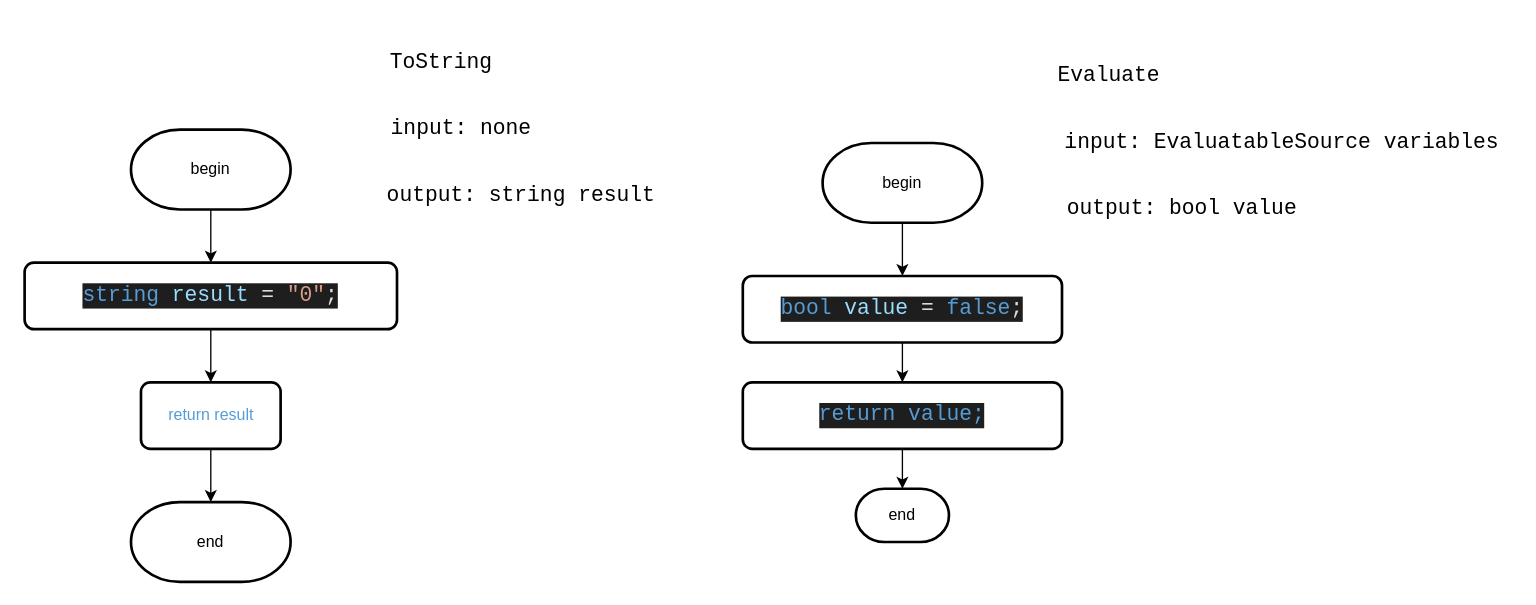
The draw.io diagram Diagrams/false.drawio in slavikovics/FictionalVariables, before the edit. Source tidied: cells renumbered, new cells numbered last; positions are measured from the earlier drawing's top-left corner, leaving out a move shared by most shapes. Both pictures are drawn from the tidied source at 133%, with x=0, y=0 at pixel (24, 23).
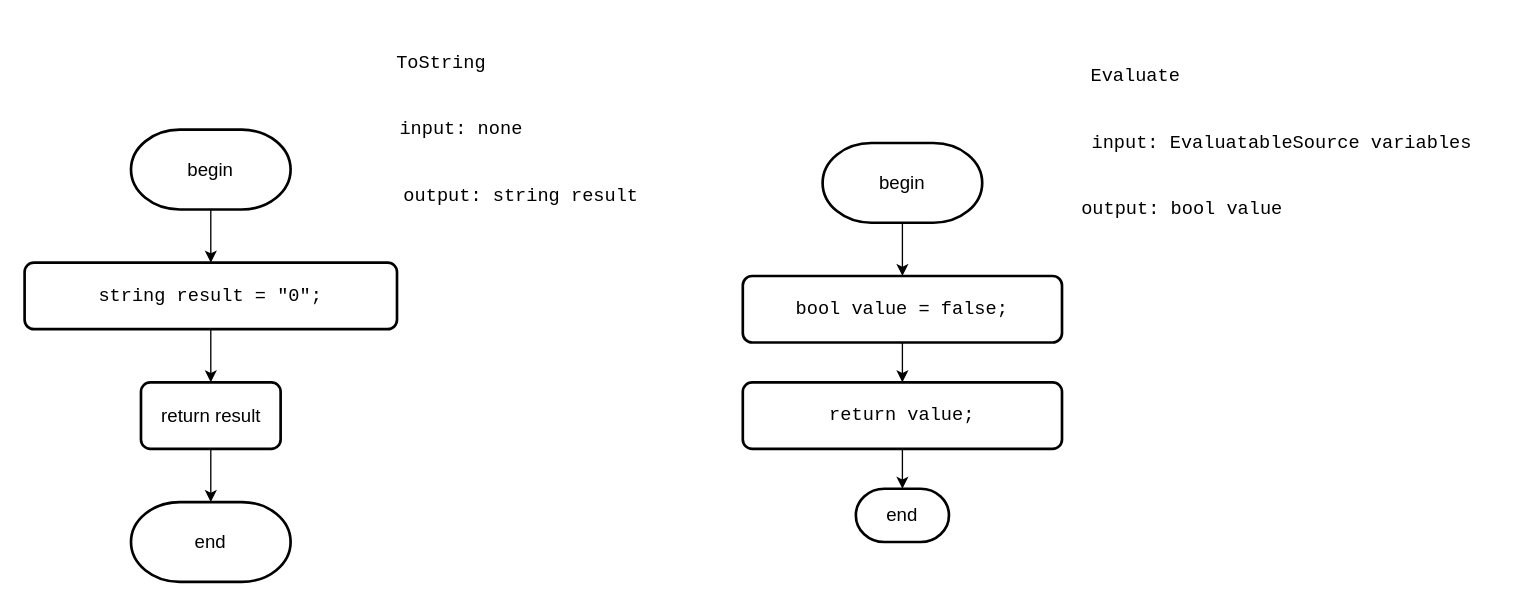
The same diagram, later.

What changed in the source:
```diff
@@
-    <mxCell id="2" value="&lt;pre style=&quot;font-family: &amp;quot;JetBrains Mono&amp;quot;, monospace; font-size: 12pt;&quot;&gt;Evaluate&lt;/pre&gt;" style="text;html=1;align=center;verticalAlign=middle;strokeColor=none;fillColor=none;" parent="1" vertex="1">
-      <mxGeometry x="770" y="10" width="90" height="60" as="geometry" />
+    <mxCell id="2" value="&lt;pre style=&quot;font-family: &amp;quot;JetBrains Mono&amp;quot;, monospace;&quot;&gt;Evaluate&lt;/pre&gt;" style="text;html=1;align=center;verticalAlign=middle;strokeColor=none;fillColor=none;fontSize=14;labelBackgroundColor=none;fontColor=#000000;" parent="1" vertex="1">
+      <mxGeometry x="790" y="10" width="90" height="60" as="geometry" />
     </mxCell>
-    <mxCell id="3" style="edgeStyle=orthogonalEdgeStyle;rounded=0;jettySize=auto;html=1;exitX=0.5;exitY=1;exitDx=0;exitDy=0;exitPerimeter=0;entryX=0.5;entryY=0;entryDx=0;entryDy=0;" parent="1" edge="1" source="4" target="6">
+    <mxCell id="3" style="edgeStyle=orthogonalEdgeStyle;rounded=0;jettySize=auto;html=1;exitX=0.5;exitY=1;exitDx=0;exitDy=0;exitPerimeter=0;entryX=0.5;entryY=0;entryDx=0;entryDy=0;fontSize=14;labelBackgroundColor=none;fontColor=#000000;" parent="1" edge="1" source="4" target="6">
       <mxGeometry relative="1" as="geometry" />
     </mxCell>
-    <mxCell id="4" value="begin" style="strokeWidth=2;html=1;shape=mxgraph.flowchart.terminator;whiteSpace=wrap;" parent="1" vertex="1">
+    <mxCell id="4" value="begin" style="strokeWidth=2;html=1;shape=mxgraph.flowchart.terminator;whiteSpace=wrap;fontSize=14;labelBackgroundColor=none;fontColor=#000000;" parent="1" vertex="1">
       <mxGeometry x="600" y="90" width="120" height="60" as="geometry" />
     </mxCell>
-    <mxCell id="5" style="edgeStyle=orthogonalEdgeStyle;rounded=0;jettySize=auto;html=1;exitX=0.5;exitY=1;exitDx=0;exitDy=0;" parent="1" edge="1" source="6" target="20">
+    <mxCell id="5" style="edgeStyle=orthogonalEdgeStyle;rounded=0;jettySize=auto;html=1;exitX=0.5;exitY=1;exitDx=0;exitDy=0;fontSize=14;labelBackgroundColor=none;fontColor=#000000;" parent="1" edge="1" source="6" target="20">
       <mxGeometry relative="1" as="geometry" />
     </mxCell>
-    <mxCell id="6" value="&lt;div style=&quot;background-color: rgb(30, 30, 30); color: rgb(220, 220, 220);&quot;&gt;&lt;pre style=&quot;font-family:'JetBrains Mono',monospace;font-size:12.0pt;&quot;&gt;&lt;pre style=&quot;font-family:'JetBrains Mono',monospace;font-size:12.0pt;&quot;&gt;&lt;pre style=&quot;font-family:'JetBrains Mono',monospace;font-size:12.0pt;&quot;&gt;&lt;pre style=&quot;font-family:'JetBrains Mono',monospace;font-size:12.0pt;&quot;&gt;&lt;div&gt;&lt;pre style=&quot;font-family:'JetBrains Mono',monospace;font-size:12.0pt;&quot;&gt;&lt;span style=&quot;color:#569cd6;&quot;&gt;bool &lt;/span&gt;&lt;span style=&quot;color:#9cdcfe;&quot;&gt;value &lt;/span&gt;= &lt;span style=&quot;color:#569cd6;&quot;&gt;false&lt;/span&gt;;&lt;/pre&gt;&lt;/div&gt;&lt;/pre&gt;&lt;/pre&gt;&lt;/pre&gt;&lt;/pre&gt;&lt;/div&gt;" style="rounded=1;whiteSpace=wrap;html=1;absoluteArcSize=1;arcSize=14;strokeWidth=2;" parent="1" vertex="1">
+    <mxCell id="6" value="&lt;div style=&quot;&quot;&gt;&lt;pre style=&quot;font-family: &amp;quot;JetBrains Mono&amp;quot;, monospace;&quot;&gt;&lt;pre style=&quot;font-family: &amp;quot;JetBrains Mono&amp;quot;, monospace;&quot;&gt;&lt;pre style=&quot;font-family: &amp;quot;JetBrains Mono&amp;quot;, monospace;&quot;&gt;&lt;pre style=&quot;font-family: &amp;quot;JetBrains Mono&amp;quot;, monospace;&quot;&gt;&lt;div&gt;&lt;pre style=&quot;font-family: &amp;quot;JetBrains Mono&amp;quot;, monospace;&quot;&gt;&lt;span style=&quot;&quot;&gt;bool &lt;/span&gt;&lt;span style=&quot;&quot;&gt;value &lt;/span&gt;= &lt;span style=&quot;&quot;&gt;false&lt;/span&gt;;&lt;/pre&gt;&lt;/div&gt;&lt;/pre&gt;&lt;/pre&gt;&lt;/pre&gt;&lt;/pre&gt;&lt;/div&gt;" style="rounded=1;whiteSpace=wrap;html=1;absoluteArcSize=1;arcSize=14;strokeWidth=2;fontSize=14;labelBackgroundColor=none;fontColor=#000000;" parent="1" vertex="1">
       <mxGeometry x="540" y="190" width="240" height="50" as="geometry" />
     </mxCell>
-    <mxCell id="7" value="&lt;pre style=&quot;font-family: &amp;quot;JetBrains Mono&amp;quot;, monospace; font-size: 12pt;&quot;&gt;input: EvaluatableSource variables&lt;/pre&gt;" style="text;html=1;align=center;verticalAlign=middle;strokeColor=none;fillColor=none;" parent="1" vertex="1">
-      <mxGeometry x="770" y="60" width="350" height="60" as="geometry" />
+    <mxCell id="7" value="&lt;pre style=&quot;font-family: &amp;quot;JetBrains Mono&amp;quot;, monospace;&quot;&gt;input: EvaluatableSource variables&lt;/pre&gt;" style="text;html=1;align=center;verticalAlign=middle;strokeColor=none;fillColor=none;fontSize=14;labelBackgroundColor=none;fontColor=#000000;" parent="1" vertex="1">
+      <mxGeometry x="800" y="60" width="290" height="60" as="geometry" />
     </mxCell>
-    <mxCell id="8" value="&lt;pre style=&quot;font-family: &amp;quot;JetBrains Mono&amp;quot;, monospace; font-size: 12pt;&quot;&gt;output: bool value&lt;/pre&gt;" style="text;html=1;align=center;verticalAlign=middle;strokeColor=none;fillColor=none;" parent="1" vertex="1">
-      <mxGeometry x="780" y="110" width="180" height="60" as="geometry" />
+    <mxCell id="8" value="&lt;pre style=&quot;font-family: &amp;quot;JetBrains Mono&amp;quot;, monospace;&quot;&gt;output: bool value&lt;/pre&gt;" style="text;html=1;align=center;verticalAlign=middle;strokeColor=none;fillColor=none;fontSize=14;labelBackgroundColor=none;fontColor=#000000;" parent="1" vertex="1">
+      <mxGeometry x="790" y="110" width="160" height="60" as="geometry" />
     </mxCell>
-    <mxCell id="9" value="end" style="strokeWidth=2;html=1;shape=mxgraph.flowchart.terminator;whiteSpace=wrap;" parent="1" vertex="1">
+    <mxCell id="9" value="end" style="strokeWidth=2;html=1;shape=mxgraph.flowchart.terminator;whiteSpace=wrap;fontSize=14;labelBackgroundColor=none;fontColor=#000000;" parent="1" vertex="1">
       <mxGeometry x="625" y="350" width="70" height="40" as="geometry" />
     </mxCell>
-    <mxCell id="10" value="&lt;pre style=&quot;font-family: &amp;quot;JetBrains Mono&amp;quot;, monospace; font-size: 12pt;&quot;&gt;ToString&lt;/pre&gt;" style="text;html=1;align=center;verticalAlign=middle;strokeColor=none;fillColor=none;" parent="1" vertex="1">
+    <mxCell id="10" value="&lt;pre style=&quot;font-family: &amp;quot;JetBrains Mono&amp;quot;, monospace;&quot;&gt;ToString&lt;/pre&gt;" style="text;html=1;align=center;verticalAlign=middle;strokeColor=none;fillColor=none;fontSize=14;labelBackgroundColor=none;fontColor=#000000;" parent="1" vertex="1">
       <mxGeometry x="267.5" width="90" height="60" as="geometry" />
     </mxCell>
-    <mxCell id="11" style="edgeStyle=orthogonalEdgeStyle;rounded=0;jettySize=auto;html=1;exitX=0.5;exitY=1;exitDx=0;exitDy=0;exitPerimeter=0;entryX=0.5;entryY=0;entryDx=0;entryDy=0;" parent="1" edge="1" source="12" target="14">
+    <mxCell id="11" style="edgeStyle=orthogonalEdgeStyle;rounded=0;jettySize=auto;html=1;exitX=0.5;exitY=1;exitDx=0;exitDy=0;exitPerimeter=0;entryX=0.5;entryY=0;entryDx=0;entryDy=0;fontSize=14;labelBackgroundColor=none;fontColor=#000000;" parent="1" edge="1" source="12" target="14">
       <mxGeometry relative="1" as="geometry" />
     </mxCell>
-    <mxCell id="12" value="begin" style="strokeWidth=2;html=1;shape=mxgraph.flowchart.terminator;whiteSpace=wrap;" parent="1" vertex="1">
+    <mxCell id="12" value="begin" style="strokeWidth=2;html=1;shape=mxgraph.flowchart.terminator;whiteSpace=wrap;fontSize=14;labelBackgroundColor=none;fontColor=#000000;" parent="1" vertex="1">
       <mxGeometry x="80" y="80" width="120" height="60" as="geometry" />
     </mxCell>
-    <mxCell id="13" style="edgeStyle=orthogonalEdgeStyle;rounded=0;jettySize=auto;html=1;exitX=0.5;exitY=1;exitDx=0;exitDy=0;" parent="1" edge="1" source="14" target="19">
+    <mxCell id="13" style="edgeStyle=orthogonalEdgeStyle;rounded=0;jettySize=auto;html=1;exitX=0.5;exitY=1;exitDx=0;exitDy=0;fontSize=14;labelBackgroundColor=none;fontColor=#000000;" parent="1" edge="1" source="14" target="19">
       <mxGeometry relative="1" as="geometry" />
     </mxCell>
-    <mxCell id="14" value="&lt;div style=&quot;background-color: rgb(30, 30, 30); color: rgb(220, 220, 220);&quot;&gt;&lt;pre style=&quot;font-family:'JetBrains Mono',monospace;font-size:12.0pt;&quot;&gt;&lt;pre style=&quot;font-family:'JetBrains Mono',monospace;font-size:12.0pt;&quot;&gt;&lt;pre style=&quot;font-family:'JetBrains Mono',monospace;font-size:12.0pt;&quot;&gt;&lt;pre style=&quot;font-family:'JetBrains Mono',monospace;font-size:12.0pt;&quot;&gt;&lt;pre style=&quot;font-family:'JetBrains Mono',monospace;font-size:12.0pt;&quot;&gt;&lt;div&gt;&lt;pre style=&quot;font-family:'JetBrains Mono',monospace;font-size:12.0pt;&quot;&gt;&lt;span style=&quot;color:#569cd6;&quot;&gt;string &lt;/span&gt;&lt;span style=&quot;color:#9cdcfe;&quot;&gt;result &lt;/span&gt;= &lt;span style=&quot;color:#d69d85;&quot;&gt;&quot;0&quot;&lt;/span&gt;;&lt;/pre&gt;&lt;/div&gt;&lt;/pre&gt;&lt;/pre&gt;&lt;/pre&gt;&lt;/pre&gt;&lt;/pre&gt;&lt;/div&gt;" style="rounded=1;whiteSpace=wrap;html=1;absoluteArcSize=1;arcSize=14;strokeWidth=2;" parent="1" vertex="1">
+    <mxCell id="14" value="&lt;div style=&quot;&quot;&gt;&lt;pre style=&quot;font-family: &amp;quot;JetBrains Mono&amp;quot;, monospace;&quot;&gt;&lt;pre style=&quot;font-family: &amp;quot;JetBrains Mono&amp;quot;, monospace;&quot;&gt;&lt;pre style=&quot;font-family: &amp;quot;JetBrains Mono&amp;quot;, monospace;&quot;&gt;&lt;pre style=&quot;font-family: &amp;quot;JetBrains Mono&amp;quot;, monospace;&quot;&gt;&lt;pre style=&quot;font-family: &amp;quot;JetBrains Mono&amp;quot;, monospace;&quot;&gt;&lt;div&gt;&lt;pre style=&quot;font-family: &amp;quot;JetBrains Mono&amp;quot;, monospace;&quot;&gt;&lt;span style=&quot;&quot;&gt;string &lt;/span&gt;&lt;span style=&quot;&quot;&gt;result &lt;/span&gt;= &lt;span style=&quot;&quot;&gt;&quot;0&quot;&lt;/span&gt;;&lt;/pre&gt;&lt;/div&gt;&lt;/pre&gt;&lt;/pre&gt;&lt;/pre&gt;&lt;/pre&gt;&lt;/pre&gt;&lt;/div&gt;" style="rounded=1;whiteSpace=wrap;html=1;absoluteArcSize=1;arcSize=14;strokeWidth=2;fontSize=14;labelBackgroundColor=none;fontColor=#000000;" parent="1" vertex="1">
       <mxGeometry y="180" width="280" height="50" as="geometry" />
     </mxCell>
-    <mxCell id="15" value="&lt;pre style=&quot;font-family: &amp;quot;JetBrains Mono&amp;quot;, monospace; font-size: 12pt;&quot;&gt;input: none&lt;/pre&gt;" style="text;html=1;align=center;verticalAlign=middle;strokeColor=none;fillColor=none;" parent="1" vertex="1">
-      <mxGeometry x="267.5" y="50" width="120" height="60" as="geometry" />
+    <mxCell id="15" value="&lt;pre style=&quot;font-family: &amp;quot;JetBrains Mono&amp;quot;, monospace;&quot;&gt;input: none&lt;/pre&gt;" style="text;html=1;align=center;verticalAlign=middle;strokeColor=none;fillColor=none;fontSize=14;labelBackgroundColor=none;fontColor=#000000;" parent="1" vertex="1">
+      <mxGeometry x="272.5" y="50" width="110" height="60" as="geometry" />
     </mxCell>
-    <mxCell id="16" value="&lt;pre style=&quot;font-family: &amp;quot;JetBrains Mono&amp;quot;, monospace; font-size: 12pt;&quot;&gt;output: string result&lt;/pre&gt;" style="text;html=1;align=center;verticalAlign=middle;strokeColor=none;fillColor=none;" parent="1" vertex="1">
-      <mxGeometry x="267.5" y="100" width="210" height="60" as="geometry" />
+    <mxCell id="16" value="&lt;pre style=&quot;font-family: &amp;quot;JetBrains Mono&amp;quot;, monospace;&quot;&gt;output: string result&lt;/pre&gt;" style="text;html=1;align=center;verticalAlign=middle;strokeColor=none;fillColor=none;fontSize=14;labelBackgroundColor=none;fontColor=#000000;" parent="1" vertex="1">
+      <mxGeometry x="277.5" y="100" width="190" height="60" as="geometry" />
     </mxCell>
-    <mxCell id="17" value="end" style="strokeWidth=2;html=1;shape=mxgraph.flowchart.terminator;whiteSpace=wrap;" parent="1" vertex="1">
+    <mxCell id="17" value="end" style="strokeWidth=2;html=1;shape=mxgraph.flowchart.terminator;whiteSpace=wrap;fontSize=14;labelBackgroundColor=none;fontColor=#000000;" parent="1" vertex="1">
       <mxGeometry x="80" y="360" width="120" height="60" as="geometry" />
     </mxCell>
-    <mxCell id="18" style="edgeStyle=orthogonalEdgeStyle;rounded=0;jettySize=auto;html=1;exitX=0.5;exitY=1;exitDx=0;exitDy=0;" parent="1" edge="1" source="19" target="17">
+    <mxCell id="18" style="edgeStyle=orthogonalEdgeStyle;rounded=0;jettySize=auto;html=1;exitX=0.5;exitY=1;exitDx=0;exitDy=0;fontSize=14;labelBackgroundColor=none;fontColor=#000000;" parent="1" edge="1" source="19" target="17">
       <mxGeometry relative="1" as="geometry" />
     </mxCell>
-    <mxCell id="19" value="&lt;font color=&quot;#569cd6&quot;&gt;return result&lt;/font&gt;" style="rounded=1;whiteSpace=wrap;html=1;absoluteArcSize=1;arcSize=14;strokeWidth=2;" parent="1" vertex="1">
+    <mxCell id="19" value="&lt;font&gt;return result&lt;/font&gt;" style="rounded=1;whiteSpace=wrap;html=1;absoluteArcSize=1;arcSize=14;strokeWidth=2;fontSize=14;labelBackgroundColor=none;fontColor=#000000;" parent="1" vertex="1">
       <mxGeometry x="87.5" y="270" width="105" height="50" as="geometry" />
     </mxCell>
-    <mxCell id="20" value="&lt;div style=&quot;background-color: rgb(30, 30, 30); color: rgb(220, 220, 220);&quot;&gt;&lt;pre style=&quot;font-family: &amp;quot;JetBrains Mono&amp;quot;, monospace; font-size: 12pt;&quot;&gt;&lt;pre style=&quot;font-family: &amp;quot;JetBrains Mono&amp;quot;, monospace; font-size: 12pt;&quot;&gt;&lt;pre style=&quot;font-family: &amp;quot;JetBrains Mono&amp;quot;, monospace; font-size: 12pt;&quot;&gt;&lt;pre style=&quot;font-family: &amp;quot;JetBrains Mono&amp;quot;, monospace; font-size: 12pt;&quot;&gt;&lt;pre style=&quot;font-family: &amp;quot;JetBrains Mono&amp;quot;, monospace; font-size: 12pt;&quot;&gt;&lt;font color=&quot;#569cd6&quot;&gt;return value;&lt;/font&gt;&lt;/pre&gt;&lt;/pre&gt;&lt;/pre&gt;&lt;/pre&gt;&lt;/pre&gt;&lt;/div&gt;" style="rounded=1;whiteSpace=wrap;html=1;absoluteArcSize=1;arcSize=14;strokeWidth=2;" parent="1" vertex="1">
+    <mxCell id="20" value="&lt;div style=&quot;&quot;&gt;&lt;pre style=&quot;font-family: &amp;quot;JetBrains Mono&amp;quot;, monospace;&quot;&gt;&lt;pre style=&quot;font-family: &amp;quot;JetBrains Mono&amp;quot;, monospace;&quot;&gt;&lt;pre style=&quot;font-family: &amp;quot;JetBrains Mono&amp;quot;, monospace;&quot;&gt;&lt;pre style=&quot;font-family: &amp;quot;JetBrains Mono&amp;quot;, monospace;&quot;&gt;&lt;pre style=&quot;font-family: &amp;quot;JetBrains Mono&amp;quot;, monospace;&quot;&gt;&lt;font&gt;return value;&lt;/font&gt;&lt;/pre&gt;&lt;/pre&gt;&lt;/pre&gt;&lt;/pre&gt;&lt;/pre&gt;&lt;/div&gt;" style="rounded=1;whiteSpace=wrap;html=1;absoluteArcSize=1;arcSize=14;strokeWidth=2;fontSize=14;labelBackgroundColor=none;fontColor=#000000;" parent="1" vertex="1">
       <mxGeometry x="540" y="270" width="240" height="50" as="geometry" />
     </mxCell>
-    <mxCell id="21" style="edgeStyle=orthogonalEdgeStyle;rounded=0;jettySize=auto;html=1;exitX=0.5;exitY=1;exitDx=0;exitDy=0;entryX=0.5;entryY=0;entryDx=0;entryDy=0;entryPerimeter=0;" parent="1" edge="1" source="20" target="9">
+    <mxCell id="21" style="edgeStyle=orthogonalEdgeStyle;rounded=0;jettySize=auto;html=1;exitX=0.5;exitY=1;exitDx=0;exitDy=0;entryX=0.5;entryY=0;entryDx=0;entryDy=0;entryPerimeter=0;fontSize=14;labelBackgroundColor=none;fontColor=#000000;" parent="1" edge="1" source="20" target="9">
       <mxGeometry relative="1" as="geometry" />
     </mxCell>
```
